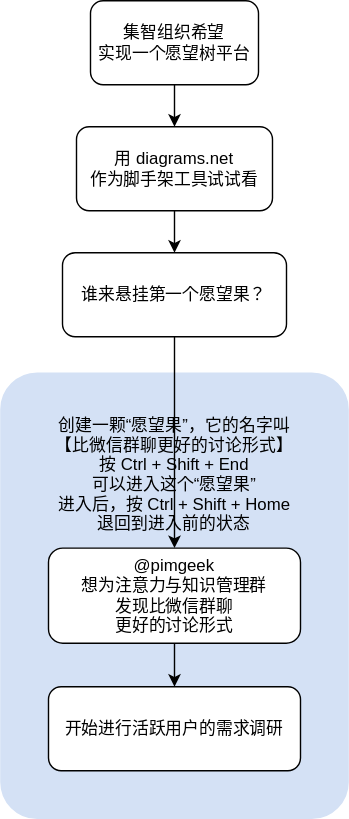
Above: swarma-tree-of-wishes/集智愿望树.svg in swarma/km (draw.io), before the change. Source tidied: cells renumbered, new cells last; positions are measured from the earlier drawing's top-left corner, leaving out a move shared by most shapes.
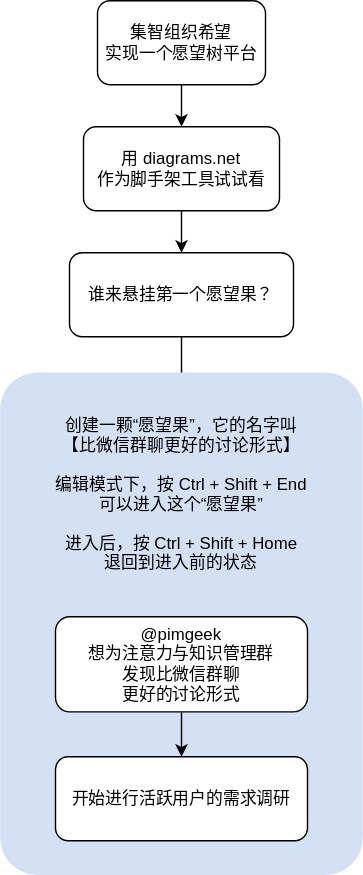
Later version of the same file.

Commit message:
更新集智愿望树.svg

The edit, as a diff of the source:
```diff
@@ -2,14 +2,17 @@
   <root>
     <mxCell id="0" />
     <mxCell id="1" parent="0" />
+    <mxCell id="8" style="edgeStyle=orthogonalEdgeStyle;rounded=0;jettySize=auto;html=1;" parent="1" edge="1" source="9" target="3">
+      <mxGeometry relative="1" as="geometry" />
+    </mxCell>
-    <mxCell id="2" value="创建一颗“愿望果”，它的名字叫&#10;【比微信群聊更好的讨论形式】&#10;按 Ctrl + Shift + End&#10;可以进入这个“愿望果”&#10;进入后，按 Ctrl + Shift + Home&#10;退回到进入前的状态" style="rounded=1;shadow=0;comic=0;glass=0;strokeWidth=49;perimeterSpacing=0;strokeColor=#D4E1F5;fillColor=#D4E1F5;arcSize=1;imageHeight=24;verticalAlign=top;fixDash=0;" parent="1" vertex="1">
-      <mxGeometry y="290" width="200" height="270" as="geometry" />
+    <mxCell id="2" value="创建一颗“愿望果”，它的名字叫&#10;【比微信群聊更好的讨论形式】&#10;&#10;编辑模式下，按 Ctrl + Shift + End&#10;可以进入这个“愿望果”&#10;&#10;进入后，按 Ctrl + Shift + Home&#10;退回到进入前的状态" style="rounded=1;shadow=0;comic=0;glass=0;strokeWidth=49;perimeterSpacing=0;strokeColor=#D4E1F5;fillColor=#D4E1F5;arcSize=1;imageHeight=24;verticalAlign=top;fixDash=0;" parent="1" vertex="1">
+      <mxGeometry x="-5" y="290" width="210" height="310" as="geometry" />
     </mxCell>
     <mxCell id="3" value="@pimgeek&lt;br&gt;想为注意力与知识管理群&lt;br&gt;发现比微信群聊&lt;br&gt;更好的讨论形式" style="rounded=1;whiteSpace=wrap;html=1;" parent="2" vertex="1">
-      <mxGeometry x="10" y="101" width="180" height="68" as="geometry" />
+      <mxGeometry x="15" y="150" width="180" height="68" as="geometry" />
     </mxCell>
     <mxCell id="4" value="开始进行活跃用户的需求调研" style="rounded=1;whiteSpace=wrap;html=1;snapToPoint=0;" parent="2" vertex="1">
-      <mxGeometry x="10" y="200" width="180" height="60" as="geometry" />
+      <mxGeometry x="15" y="250" width="180" height="60" as="geometry" />
     </mxCell>
     <mxCell id="5" style="edgeStyle=orthogonalEdgeStyle;rounded=0;jettySize=auto;html=1;" parent="2" edge="1" source="3" target="4">
       <mxGeometry relative="1" as="geometry" />
@@ -20,9 +23,6 @@
     <mxCell id="7" value="集智组织希望&lt;br&gt;实现一个愿望树平台" style="rounded=1;whiteSpace=wrap;html=1;" parent="1" vertex="1">
       <mxGeometry x="40" width="120" height="60" as="geometry" />
     </mxCell>
-    <mxCell id="8" style="edgeStyle=orthogonalEdgeStyle;rounded=0;jettySize=auto;html=1;entryX=0.5;entryY=0;entryDx=0;entryDy=0;" parent="1" edge="1" source="9" target="3">
-      <mxGeometry relative="1" as="geometry" />
-    </mxCell>
     <mxCell id="9" value="谁来悬挂第一个愿望果？" style="rounded=1;whiteSpace=wrap;html=1;" parent="1" vertex="1">
       <mxGeometry x="20" y="180" width="160" height="60" as="geometry" />
     </mxCell>
```
